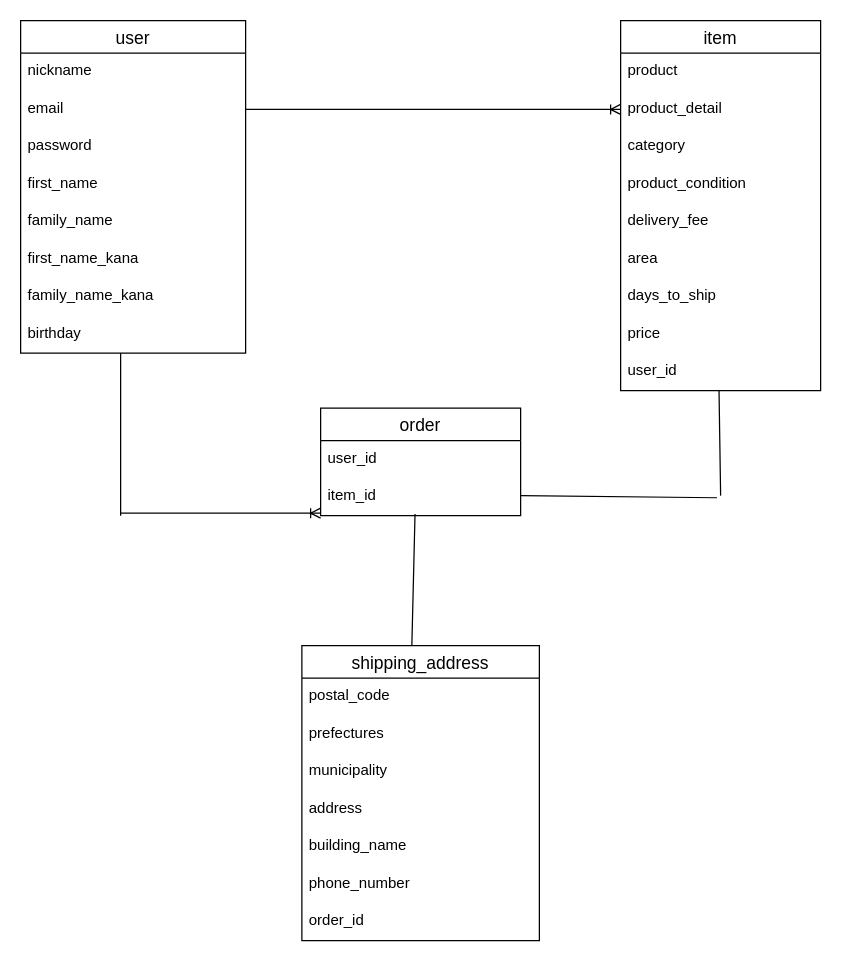
The draw.io diagram er.dio in sasaotomofumi/furima31990, before the edit. Source tidied: cells renumbered, new cells numbered last; positions are measured from the earlier drawing's top-left corner, leaving out a move shared by most shapes. Both pictures are drawn from the tidied source at 125%, with x=0, y=0 at pixel (20, 20).
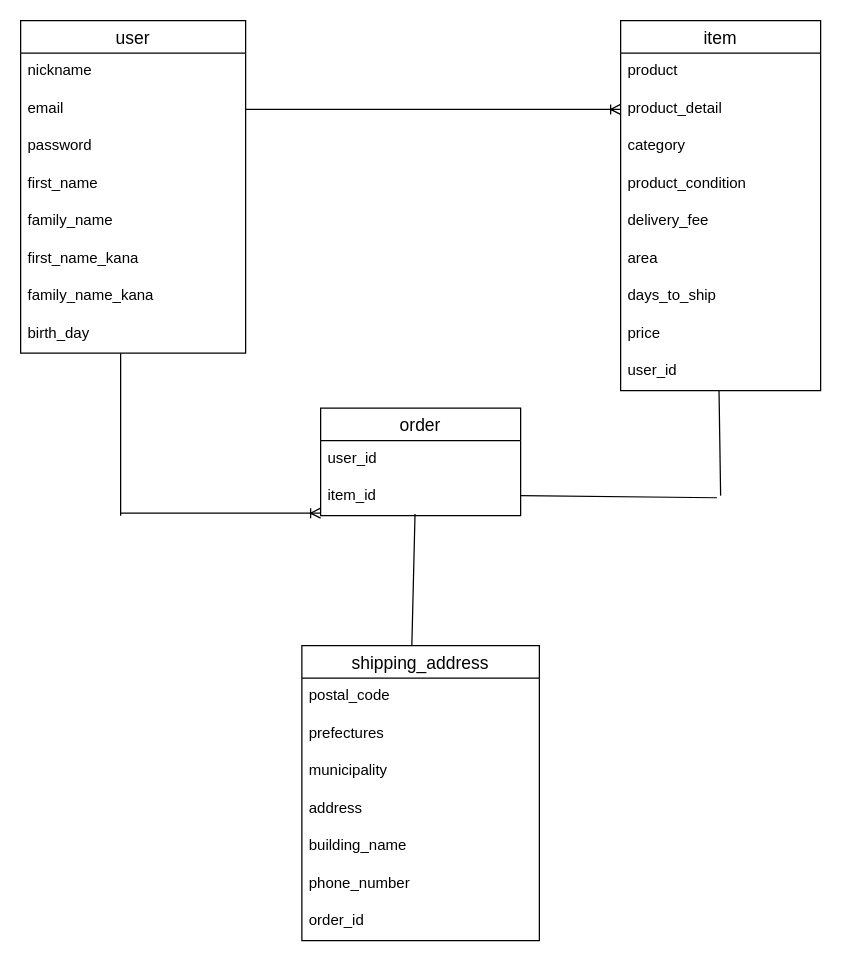
The same page after the edit.

Commit message (it also covers changes not shown here):
READEMEデータベース設計修正2回目

The change refers to these unchanged cells:
```xml
<mxCell id="7" value="user" style="swimlane;fontStyle=0;horizontal=1;startSize=26;align=center;fontSize=14;" parent="1" vertex="1">
  <mxGeometry width="180" height="266" as="geometry" />
</mxCell>
```

Change to the diagram source:
```diff
@@
-    <mxCell id="15" value="birthday" style="text;strokeColor=none;fillColor=none;spacingLeft=4;spacingRight=4;overflow=hidden;fontSize=12;" parent="7" vertex="1">
+    <mxCell id="15" value="birth_day" style="text;strokeColor=none;fillColor=none;spacingLeft=4;spacingRight=4;overflow=hidden;fontSize=12;" parent="7" vertex="1">
       <mxGeometry y="236" width="180" height="30" as="geometry" />
     </mxCell>
```
